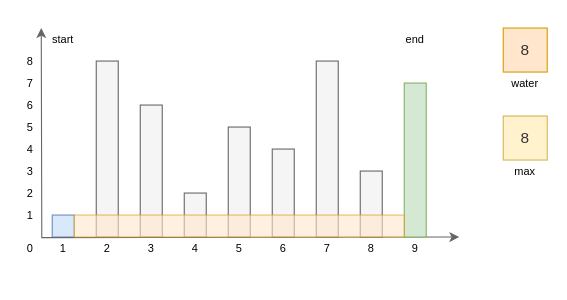
The draw.io diagram page "1" (1 of 8) of docs/problems1_100/container-with-most-water.drawio in hanggrian/grind-leetcode, before the edit. Source tidied: cells renumbered, new cells numbered last; positions are measured from the earlier drawing's top-left corner, leaving out a move shared by most shapes. Both pictures are drawn from the tidied source at 110%, with x=0, y=0 at pixel (19, 28).
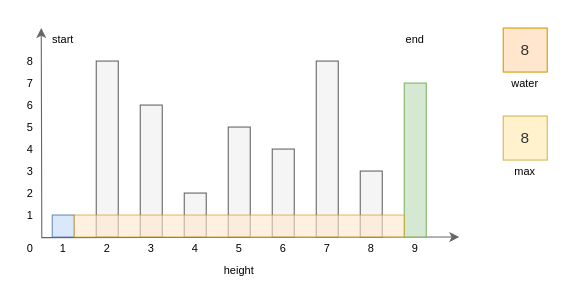
The same page after the edit.

What changed in the source:
```diff
@@
+    <mxCell id="37" value="height" style="text;html=1;align=center;verticalAlign=middle;whiteSpace=wrap;rounded=0;fontSize=10;" parent="1" vertex="1">
+      <mxGeometry y="210" width="400" height="20" as="geometry" />
+    </mxCell>
```
